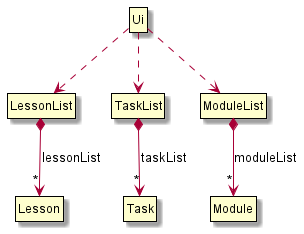
Above: docs/images/UiClassDiagram.png in nus-cs2113-AY2122S1/tp (PlantUML), before the change.
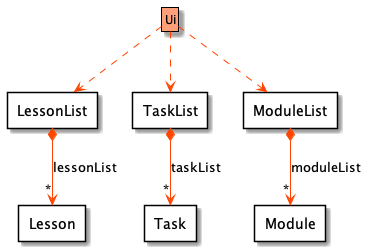
Later version of the same file.

Diff of the diagram source:
```diff
@@ -1,32 +1,31 @@
 @startuml
 !include Style.puml
 
-Class Lesson {
+package "Lesson" <<rectangle>> {
 }
 
-Class LessonList {
+package "LessonList" <<rectangle>> {
 }
 
-Class Task {
+package "Task" <<rectangle>> {
 }
 
-Class TaskList {
+package "TaskList" <<rectangle>> {
 }
 
-Class Module {
+package "Module" <<rectangle>> {
 }
 
-Class ModuleList {
+package "ModuleList" <<rectangle>> {
 }
 
-Class Ui {
-}
+Class Ui UI_COLOR
 
-TaskList *--> "*" Task : taskList
-LessonList *--> "*" Lesson : lessonList
-ModuleList *--> "*" Module : moduleList
+TaskList *-[UI_COLOR_T1]-> "*" Task : taskList
+LessonList *-[UI_COLOR_T1]-> "*" Lesson : lessonList
+ModuleList *-[UI_COLOR_T1]-> "*" Module : moduleList
 
-Ui ..> TaskList
-Ui ..> LessonList
-Ui ..> ModuleList
+Ui .[UI_COLOR_T1].> TaskList
+Ui .[UI_COLOR_T1].> LessonList
+Ui .[UI_COLOR_T1].> ModuleList
 @enduml
```
